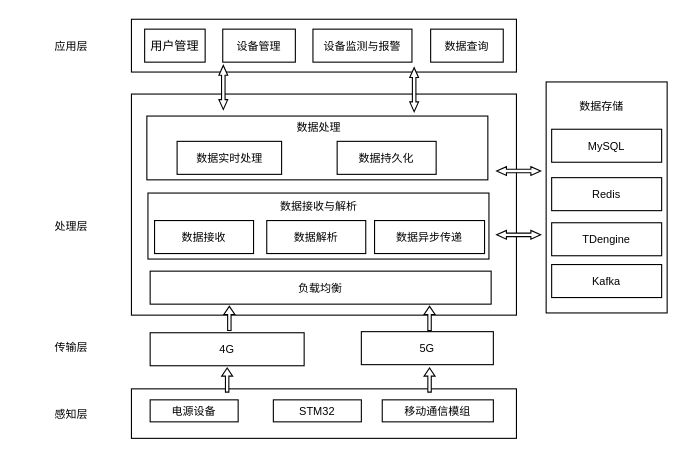
Before: 系统架构图2.drawio in zhaoning999/notes, a draw.io diagram. Source tidied: cells renumbered, new cells numbered last; positions are measured from the earlier drawing's top-left corner, leaving out a move shared by most shapes. Both pictures are drawn from the tidied source at 110%, with x=0, y=0 at pixel (37, 19).
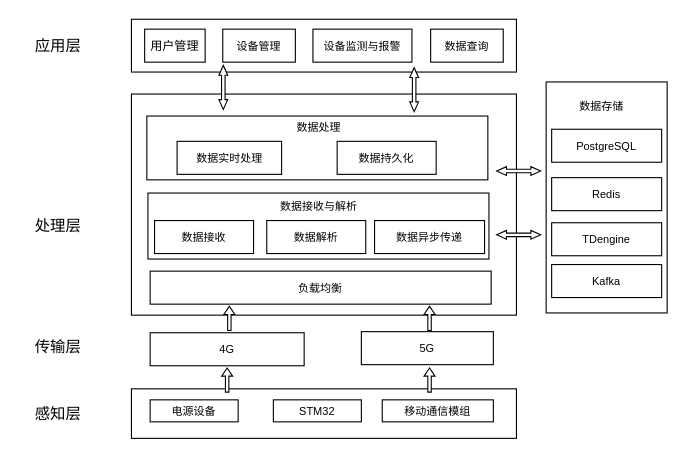
Above is the later version.

Commit message:
更新系统架构图2.drawio

Diff of the diagram source:
```diff
@@
-    <mxCell id="4" value="感知层" style="text;html=1;align=center;verticalAlign=middle;strokeColor=none;fillColor=none;fontSize=10;" parent="1" vertex="1">
-      <mxGeometry y="343.5" width="60" height="30" as="geometry" />
+    <mxCell id="4" value="&lt;font style=&quot;font-size: 14px;&quot;&gt;感知层&lt;/font&gt;" style="text;html=1;align=center;verticalAlign=middle;strokeColor=none;fillColor=none;fontSize=10;" parent="1" vertex="1">
+      <mxGeometry x="-17" y="343.5" width="70" height="30" as="geometry" />
     </mxCell>
@@
-    <mxCell id="9" value="传输层" style="text;html=1;align=center;verticalAlign=middle;strokeColor=none;fillColor=none;fontSize=10;" parent="1" vertex="1">
-      <mxGeometry y="283" width="60" height="30" as="geometry" />
+    <mxCell id="9" value="&lt;font style=&quot;font-size: 14px;&quot;&gt;传输层&lt;/font&gt;" style="text;html=1;align=center;verticalAlign=middle;strokeColor=none;fillColor=none;fontSize=10;" parent="1" vertex="1">
+      <mxGeometry x="-17" y="283" width="70" height="30" as="geometry" />
     </mxCell>
@@
-    <mxCell id="11" value="处理层" style="text;html=1;align=center;verticalAlign=middle;strokeColor=none;fillColor=none;fontSize=10;" parent="1" vertex="1">
-      <mxGeometry y="173" width="60" height="30" as="geometry" />
+    <mxCell id="11" value="&lt;font style=&quot;font-size: 14px;&quot;&gt;处理层&lt;/font&gt;" style="text;html=1;align=center;verticalAlign=middle;strokeColor=none;fillColor=none;fontSize=10;" parent="1" vertex="1">
+      <mxGeometry x="-17" y="173" width="70" height="30" as="geometry" />
     </mxCell>
@@
-    <mxCell id="17" value="MySQL" style="rounded=0;whiteSpace=wrap;html=1;fontSize=10;" parent="1" vertex="1">
+    <mxCell id="17" value="PostgreSQL" style="rounded=0;whiteSpace=wrap;html=1;fontSize=10;" parent="1" vertex="1">
       <mxGeometry x="467" y="100" width="100" height="30" as="geometry" />
     </mxCell>
@@
-    <mxCell id="19" value="应用层" style="text;html=1;align=center;verticalAlign=middle;strokeColor=none;fillColor=none;fontSize=10;" parent="1" vertex="1">
-      <mxGeometry y="9" width="60" height="30" as="geometry" />
+    <mxCell id="19" value="&lt;font style=&quot;font-size: 14px;&quot;&gt;应用层&lt;/font&gt;" style="text;html=1;align=center;verticalAlign=middle;strokeColor=none;fillColor=none;fontSize=10;" parent="1" vertex="1">
+      <mxGeometry x="-17" y="9" width="70" height="30" as="geometry" />
     </mxCell>
```
